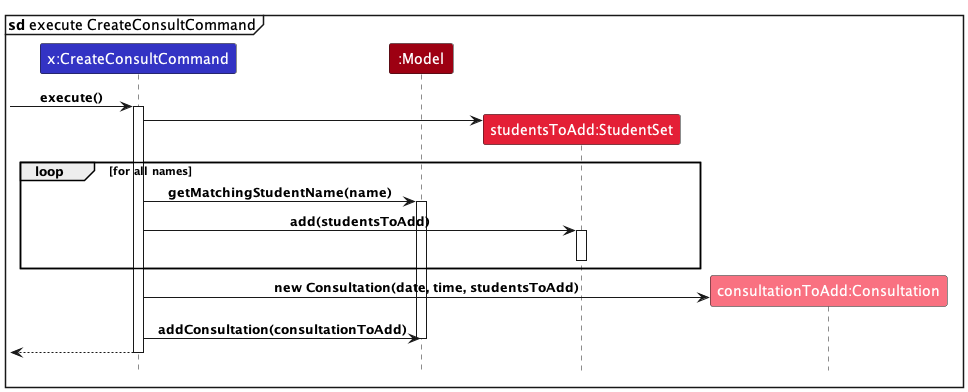
raydenlim/tp keeps this PlantUML diagram as docs/images/CreateConsultSequenceDiagram.png. Above is the earlier version. Source of this version:
```plantuml
@startuml
!include style.puml

mainframe **sd** execute CreateConsultCommand

participant "x:CreateConsultCommand" as CreateConsultCommand LOGIC_COLOR

participant ":Model" as Model MODEL_COLOR

participant "studentsToAdd:StudentSet" as StudentSet MODEL_COLOR_T2

participant "consultationToAdd:Consultation" as Consultation MODEL_COLOR_T1

[-> CreateConsultCommand : execute()
activate CreateConsultCommand

create StudentSet
CreateConsultCommand -> StudentSet

loop for all names
    CreateConsultCommand -> Model : getMatchingStudentName(name)
    activate Model

    CreateConsultCommand -> StudentSet : add(studentsToAdd)
    activate StudentSet
    deactivate StudentSet
    end

create Consultation
CreateConsultCommand -> Consultation : new Consultation(date, time, studentsToAdd)

CreateConsultCommand -> Model : addConsultation(consultationToAdd)
deactivate Model

[<-- CreateConsultCommand
deactivate CreateConsultCommand

@enduml
```
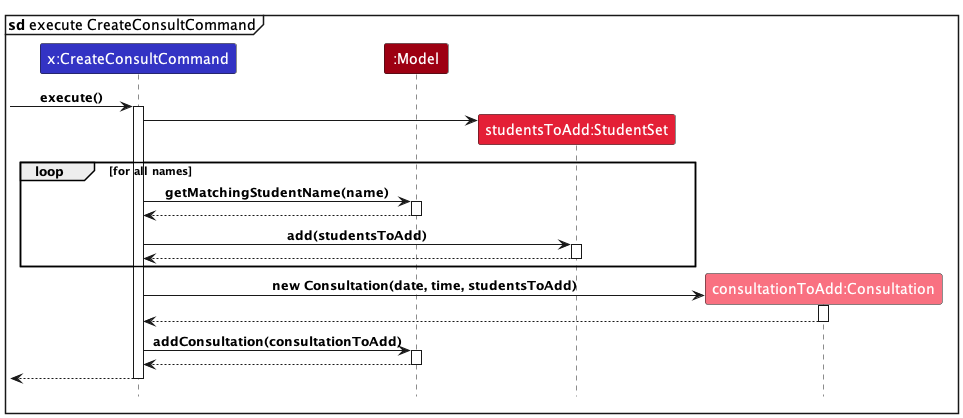
The same diagram one commit later.

Commit message:
Update activity bar of sequence diagrams

What changed in the source:
```diff
@@ -21,15 +21,27 @@
     CreateConsultCommand -> Model : getMatchingStudentName(name)
     activate Model
 
+    Model --> CreateConsultCommand
+    deactivate Model
+
     CreateConsultCommand -> StudentSet : add(studentsToAdd)
     activate StudentSet
+
+    StudentSet --> CreateConsultCommand
     deactivate StudentSet
     end
 
 create Consultation
 CreateConsultCommand -> Consultation : new Consultation(date, time, studentsToAdd)
+activate Consultation
+
+Consultation --> CreateConsultCommand
+deactivate Consultation
 
 CreateConsultCommand -> Model : addConsultation(consultationToAdd)
+activate Model
+
+Model --> CreateConsultCommand
 deactivate Model
 
 [<-- CreateConsultCommand
```
